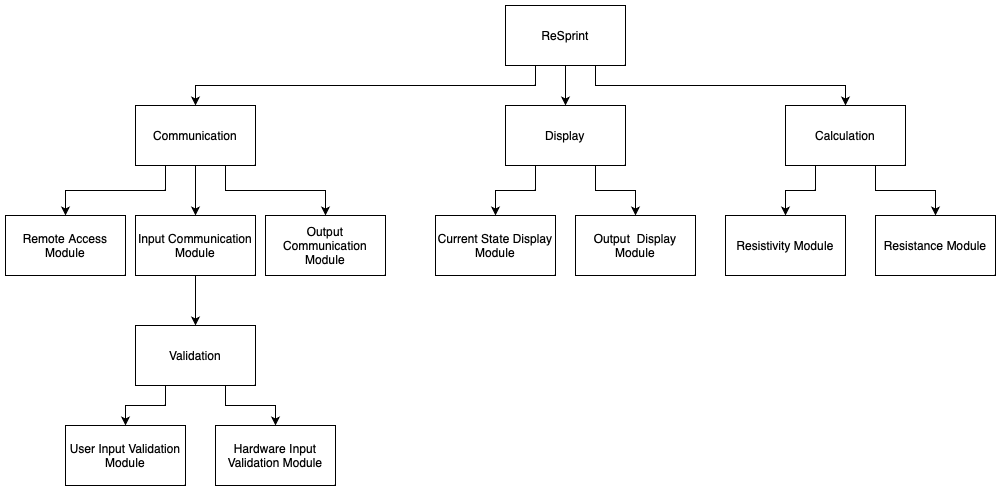
Above: docs/Design/SoftArchitecture/UsesHierarchy.png in edwin-do/capstoneTeam30 (draw.io), before the change. Source tidied: cells renumbered, new cells last; positions are measured from the earlier drawing's top-left corner, leaving out a move shared by most shapes.
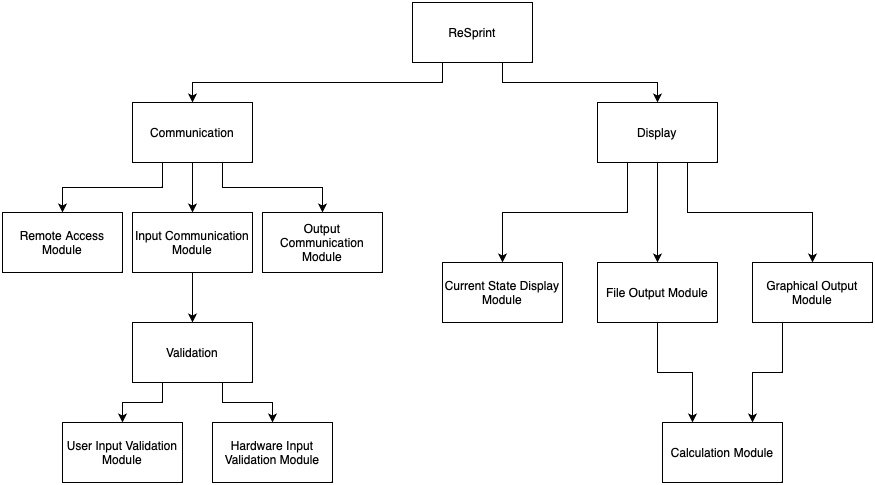
After the commit.

Change to the diagram source:
```diff
@@ -5,14 +5,11 @@
     <mxCell id="2" style="edgeStyle=orthogonalEdgeStyle;rounded=0;jettySize=auto;html=1;exitX=0.25;exitY=1;exitDx=0;exitDy=0;entryX=0.5;entryY=0;entryDx=0;entryDy=0;" parent="1" edge="1" source="5" target="9">
       <mxGeometry relative="1" as="geometry" />
     </mxCell>
-    <mxCell id="3" style="edgeStyle=orthogonalEdgeStyle;rounded=0;jettySize=auto;html=1;exitX=0.5;exitY=1;exitDx=0;exitDy=0;entryX=0.5;entryY=0;entryDx=0;entryDy=0;" parent="1" edge="1" source="5" target="12">
+    <mxCell id="3" style="edgeStyle=orthogonalEdgeStyle;rounded=0;jettySize=auto;html=1;exitX=0.75;exitY=1;exitDx=0;exitDy=0;" parent="1" edge="1" source="5" target="12">
       <mxGeometry relative="1" as="geometry" />
     </mxCell>
-    <mxCell id="4" style="edgeStyle=orthogonalEdgeStyle;rounded=0;jettySize=auto;html=1;exitX=0.75;exitY=1;exitDx=0;exitDy=0;entryX=0.5;entryY=0;entryDx=0;entryDy=0;" parent="1" edge="1" source="5" target="15">
-      <mxGeometry relative="1" as="geometry" />
-    </mxCell>
     <mxCell id="5" value="ReSprint" style="rounded=0;whiteSpace=wrap;html=1;" parent="1" vertex="1">
-      <mxGeometry x="500" width="120" height="60" as="geometry" />
+      <mxGeometry x="410" width="120" height="60" as="geometry" />
     </mxCell>
     <mxCell id="6" style="edgeStyle=orthogonalEdgeStyle;rounded=0;jettySize=auto;html=1;exitX=0.25;exitY=1;exitDx=0;exitDy=0;entryX=0.5;entryY=0;entryDx=0;entryDy=0;" parent="1" edge="1" source="9" target="19">
       <mxGeometry relative="1" as="geometry" />
@@ -32,17 +29,14 @@
     <mxCell id="11" style="edgeStyle=orthogonalEdgeStyle;rounded=0;jettySize=auto;html=1;exitX=0.75;exitY=1;exitDx=0;exitDy=0;entryX=0.5;entryY=0;entryDx=0;entryDy=0;" parent="1" edge="1" source="12" target="21">
       <mxGeometry relative="1" as="geometry" />
     </mxCell>
+    <mxCell id="29" style="edgeStyle=orthogonalEdgeStyle;rounded=0;jettySize=auto;html=1;exitX=0.5;exitY=1;exitDx=0;exitDy=0;" parent="1" edge="1" source="12" target="32">
+      <mxGeometry relative="1" as="geometry" />
+    </mxCell>
     <mxCell id="12" value="Display" style="rounded=0;whiteSpace=wrap;html=1;" parent="1" vertex="1">
-      <mxGeometry x="500" y="100" width="120" height="60" as="geometry" />
+      <mxGeometry x="595" y="100" width="120" height="60" as="geometry" />
     </mxCell>
-    <mxCell id="13" style="edgeStyle=orthogonalEdgeStyle;rounded=0;jettySize=auto;html=1;exitX=0.25;exitY=1;exitDx=0;exitDy=0;entryX=0.5;entryY=0;entryDx=0;entryDy=0;" parent="1" edge="1" source="15" target="22">
-      <mxGeometry relative="1" as="geometry" />
-    </mxCell>
-    <mxCell id="14" style="edgeStyle=orthogonalEdgeStyle;rounded=0;jettySize=auto;html=1;exitX=0.75;exitY=1;exitDx=0;exitDy=0;entryX=0.5;entryY=0;entryDx=0;entryDy=0;" parent="1" edge="1" source="15" target="23">
-      <mxGeometry relative="1" as="geometry" />
-    </mxCell>
-    <mxCell id="15" value="Calculation" style="rounded=0;whiteSpace=wrap;html=1;" parent="1" vertex="1">
-      <mxGeometry x="780" y="100" width="120" height="60" as="geometry" />
+    <mxCell id="15" value="Calculation Module" style="rounded=0;whiteSpace=wrap;html=1;" parent="1" vertex="1">
+      <mxGeometry x="660" y="420" width="120" height="60" as="geometry" />
     </mxCell>
     <mxCell id="16" style="edgeStyle=orthogonalEdgeStyle;rounded=0;jettySize=auto;html=1;exitX=0.5;exitY=1;exitDx=0;exitDy=0;entryX=0.5;entryY=0;entryDx=0;entryDy=0;" parent="1" edge="1" source="17" target="26">
       <mxGeometry relative="1" as="geometry" />
@@ -57,17 +51,14 @@
       <mxGeometry y="210" width="120" height="60" as="geometry" />
     </mxCell>
     <mxCell id="20" value="Current State Display Module" style="rounded=0;whiteSpace=wrap;html=1;" parent="1" vertex="1">
-      <mxGeometry x="430" y="210" width="120" height="60" as="geometry" />
+      <mxGeometry x="440" y="260" width="120" height="60" as="geometry" />
     </mxCell>
+    <mxCell id="30" style="edgeStyle=orthogonalEdgeStyle;rounded=0;jettySize=auto;html=1;exitX=0.25;exitY=1;exitDx=0;exitDy=0;entryX=0.75;entryY=0;entryDx=0;entryDy=0;" parent="1" edge="1" source="21" target="15">
+      <mxGeometry relative="1" as="geometry" />
+    </mxCell>
-    <mxCell id="21" value="Output &amp;nbsp;Display Module" style="rounded=0;whiteSpace=wrap;html=1;" parent="1" vertex="1">
-      <mxGeometry x="570" y="210" width="120" height="60" as="geometry" />
+    <mxCell id="21" value="Graphical Output Module" style="rounded=0;whiteSpace=wrap;html=1;" parent="1" vertex="1">
+      <mxGeometry x="750" y="260" width="120" height="60" as="geometry" />
     </mxCell>
-    <mxCell id="22" value="Resistivity Module" style="rounded=0;whiteSpace=wrap;html=1;" parent="1" vertex="1">
-      <mxGeometry x="720" y="210" width="120" height="60" as="geometry" />
-    </mxCell>
-    <mxCell id="23" value="Resistance Module" style="rounded=0;whiteSpace=wrap;html=1;" parent="1" vertex="1">
-      <mxGeometry x="870" y="210" width="120" height="60" as="geometry" />
-    </mxCell>
     <mxCell id="24" style="edgeStyle=orthogonalEdgeStyle;rounded=0;jettySize=auto;html=1;exitX=0.25;exitY=1;exitDx=0;exitDy=0;entryX=0.5;entryY=0;entryDx=0;entryDy=0;" parent="1" edge="1" source="26" target="27">
       <mxGeometry relative="1" as="geometry" />
     </mxCell>
@@ -83,5 +74,11 @@
     <mxCell id="28" value="Hardware Input Validation Module" style="rounded=0;whiteSpace=wrap;html=1;" parent="1" vertex="1">
       <mxGeometry x="210" y="420" width="120" height="60" as="geometry" />
     </mxCell>
+    <mxCell id="31" style="edgeStyle=orthogonalEdgeStyle;rounded=0;jettySize=auto;html=1;exitX=0.5;exitY=1;exitDx=0;exitDy=0;entryX=0.25;entryY=0;entryDx=0;entryDy=0;" parent="1" edge="1" source="32" target="15">
+      <mxGeometry relative="1" as="geometry" />
+    </mxCell>
+    <mxCell id="32" value="File Output Module" style="rounded=0;whiteSpace=wrap;html=1;" parent="1" vertex="1">
+      <mxGeometry x="595" y="260" width="120" height="60" as="geometry" />
+    </mxCell>
   </root>
 </mxGraphModel>
```
